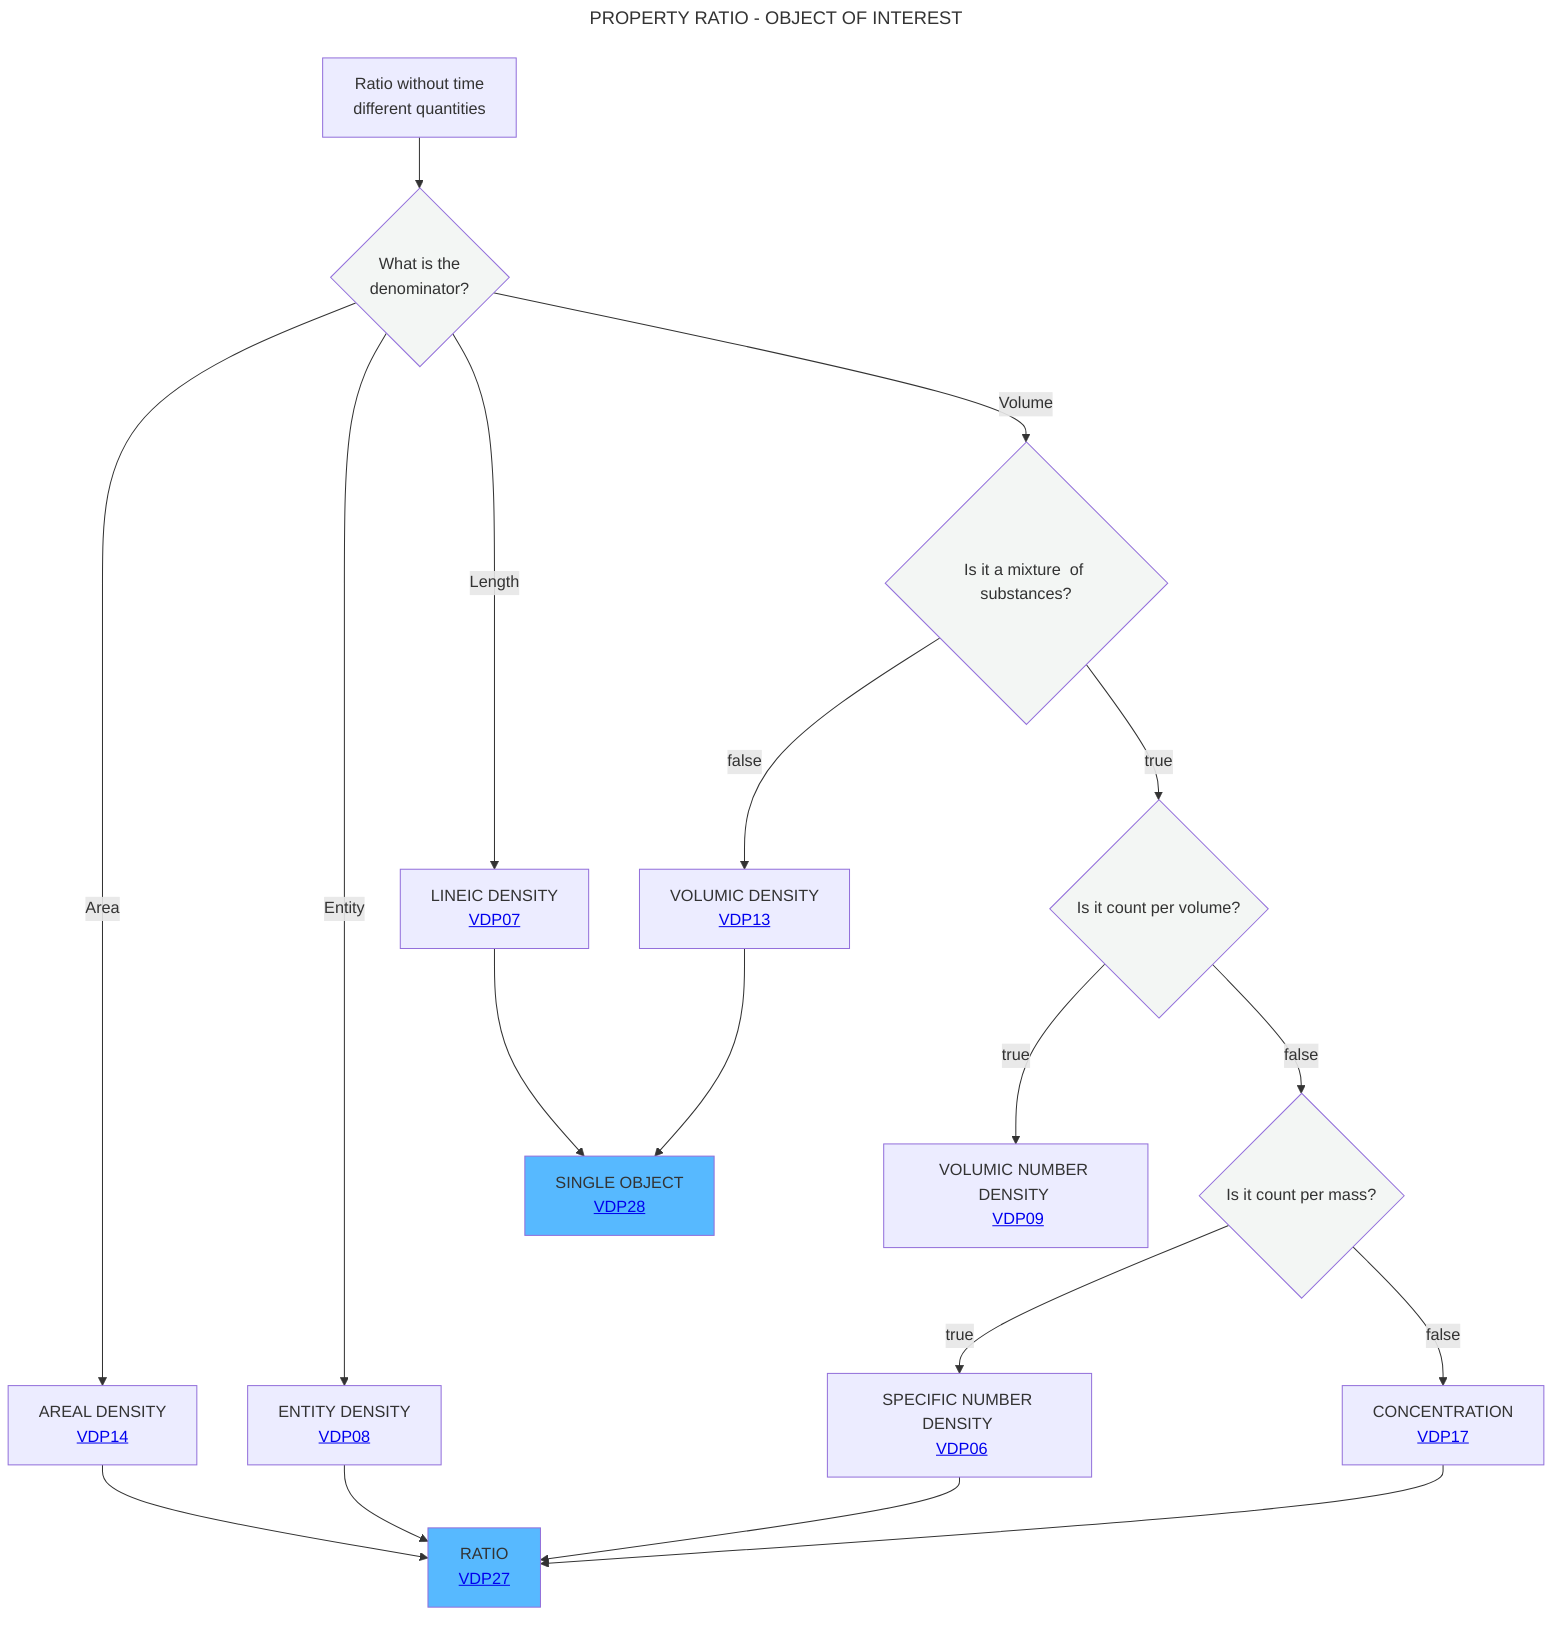
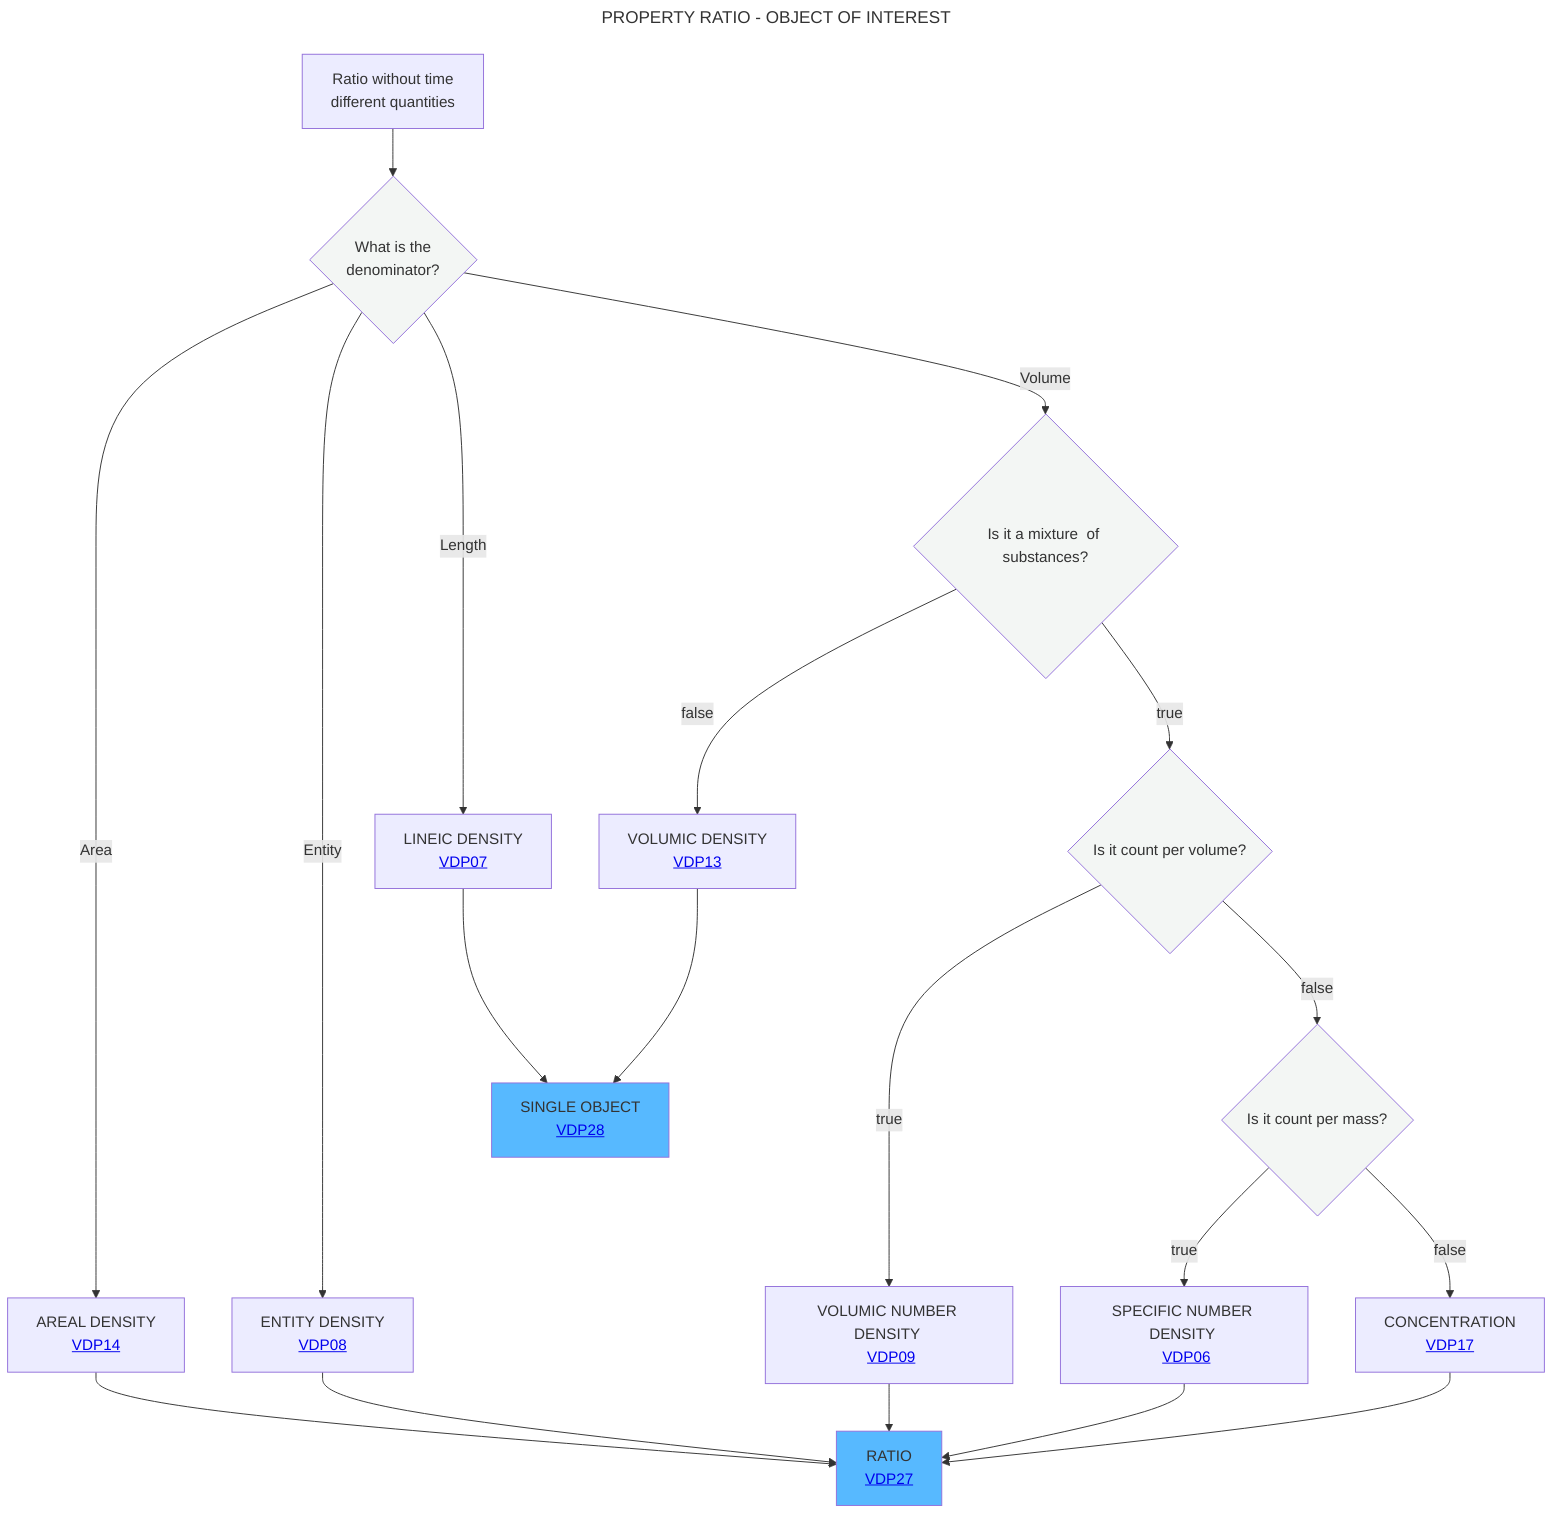
---
title: PROPERTY RATIO - OBJECT OF INTEREST
---
flowchart TD
    A[Ratio without time <br> different quantities] --> B{What is the <br> denominator?}:::white
    B -- Area -->C[AREAL DENSITY <br> <a href='https://github.com/mabablue/I-ADOPT-patterns-playground/blob/main/pattern/VDP14.yaml'>VDP14</a>]
    B -- Entity -->F[ENTITY DENSITY <br> <a href='https://github.com/mabablue/I-ADOPT-patterns-playground/blob/main/pattern/VDP08.yaml'>VDP08</a>]
    B -- Length -->D[LINEIC DENSITY <br> <a href='https://github.com/mabablue/I-ADOPT-patterns-playground/blob/main/pattern/VDP07.yaml'>VDP07</a>]
    B -- Volume -->G{Is it a mixture <be> of substances?}:::white
    G --> |false|H[VOLUMIC DENSITY <br> <a href='https://github.com/mabablue/I-ADOPT-patterns-playground/blob/main/pattern/VDP13.yaml'>VDP13</a>]
    G--> |true|J{Is it count per volume?}:::white
    J --> |true|I[VOLUMIC NUMBER DENSITY <br> <a href='https://github.com/mabablue/I-ADOPT-patterns-playground/blob/main/pattern/VDP09.yaml'>VDP09</a>]
    J --> |false|K{Is it count per mass?}:::white
    K --> |true|L[SPECIFIC NUMBER DENSITY <br> <a href='https://github.com/mabablue/I-ADOPT-patterns-playground/blob/main/pattern/VDP06.yaml'>VDP06</a>]
    K --> |false|M[CONCENTRATION <br> <a href='https://github.com/mabablue/I-ADOPT-patterns-playground/blob/main/pattern/VDP17.yaml'>VDP17</a>]
+     I --> N
    C --> N[RATIO <br> <a href='https://github.com/mabablue/I-ADOPT-patterns-playground/blob/main/pattern/VDP27.yaml'>VDP27</a>]:::satblue
    F --> N
    D --> O[SINGLE OBJECT <br> <a href='https://github.com/mabablue/I-ADOPT-patterns-playground/blob/main/pattern/VDP28.yaml'>VDP28</a>]:::satblue
    H --> O
    L --> N
    M --> N
   classDef blue fill:#90D5FF
   classDef satblue fill:#57B9FF
   classDef white fill:#f3f6f4
   classDef green fill:#6aa84f
